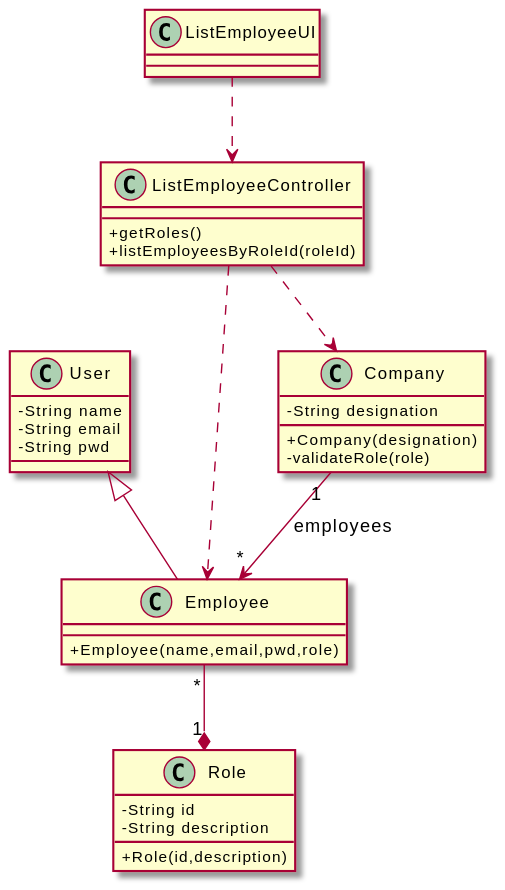
Earlier version of the PlantUML export docs/SprintB/US11/CD/US11_CD.svg (miseEnPlace-i/lapr2).
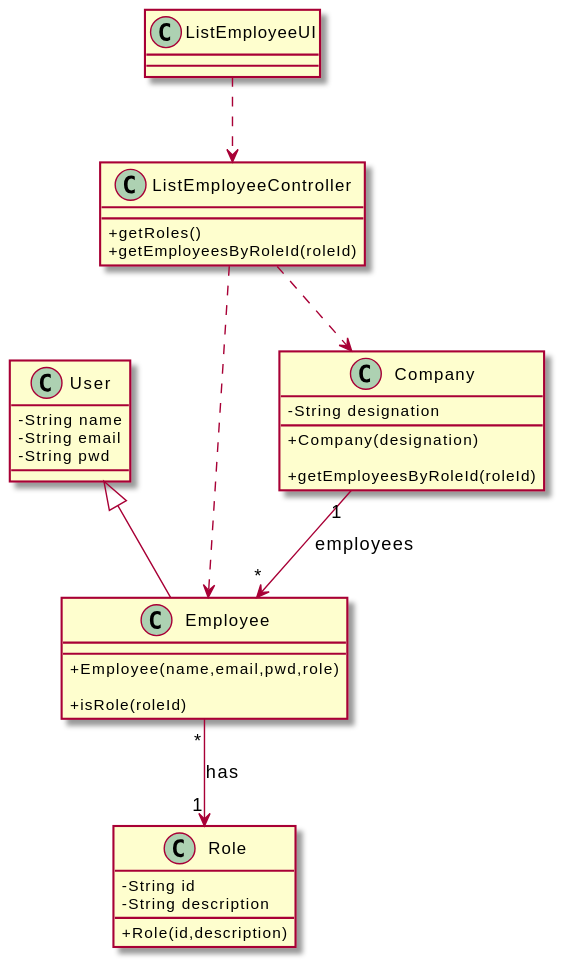
The same diagram one commit later.

The edit, as a diff of the source:
```diff
@@ -9,6 +9,8 @@
 
 class Employee {
   +Employee(name,email,pwd,role)
+
+  +isRole(roleId)
 }
 
 class Role {
@@ -21,12 +23,13 @@
 class Company {
   -String designation
   +Company(designation)
-  -validateRole(role)
+
+  +getEmployeesByRoleId(roleId)
 }
 
 class ListEmployeeController {
   +getRoles()
-  +listEmployeesByRoleId(roleId)
+  +getEmployeesByRoleId(roleId)
 }
 
 class ListEmployeeUI {}
@@ -34,7 +37,7 @@
 ListEmployeeUI ..> ListEmployeeController
 ListEmployeeController ..> Employee
 ListEmployeeController ..> Company
-Employee "*" --* "1" Role
+Employee "*" --> "1" Role : has
 Company "1" --> "*" Employee : employees
 
 User <|-- Employee
```
